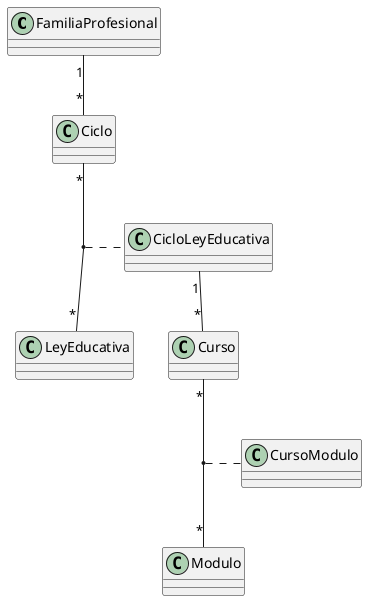
Above: src/main/java/com/educaflow/shared/sistemaeducativo/domains/tablas.png in educaflow/secretaria-virtual (PlantUML), before the change.
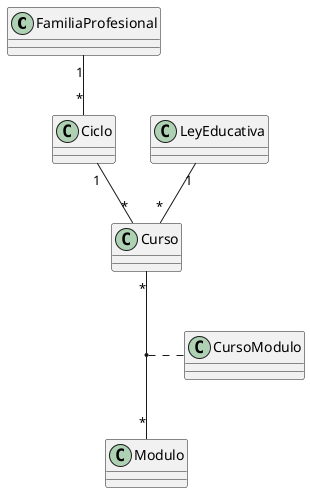
After the change.

The edit, as a diff of the source:
```diff
@@ -1,13 +1,11 @@
 @startuml
+
 FamiliaProfesional "1" -- "*" Ciclo
-Ciclo "*" -- "*" LeyEducativa
-(Ciclo, LeyEducativa) . CicloLeyEducativa
-CicloLeyEducativa "1" -- "*" Curso
+
+Ciclo "1" -- "*" Curso
 Curso "*" -- "*" Modulo
 (Curso, Modulo) . CursoModulo
 
-
-
-
+LeyEducativa "1" -- "*"  Curso
 
 @enduml
```
